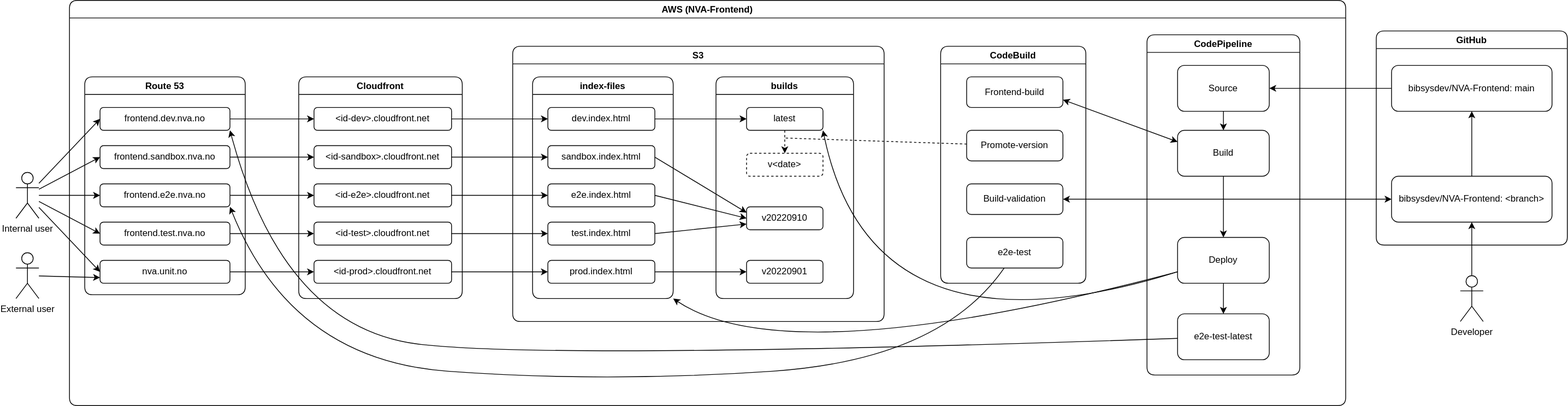
This is documentation/deployment/deployment.drawio.svg from BIBSYSDEV/NVA-Frontend, a draw.io export, as it was before one commit. Source tidied: cells renumbered, new cells last; positions are measured from the earlier drawing's top-left corner, leaving out a move shared by most shapes.
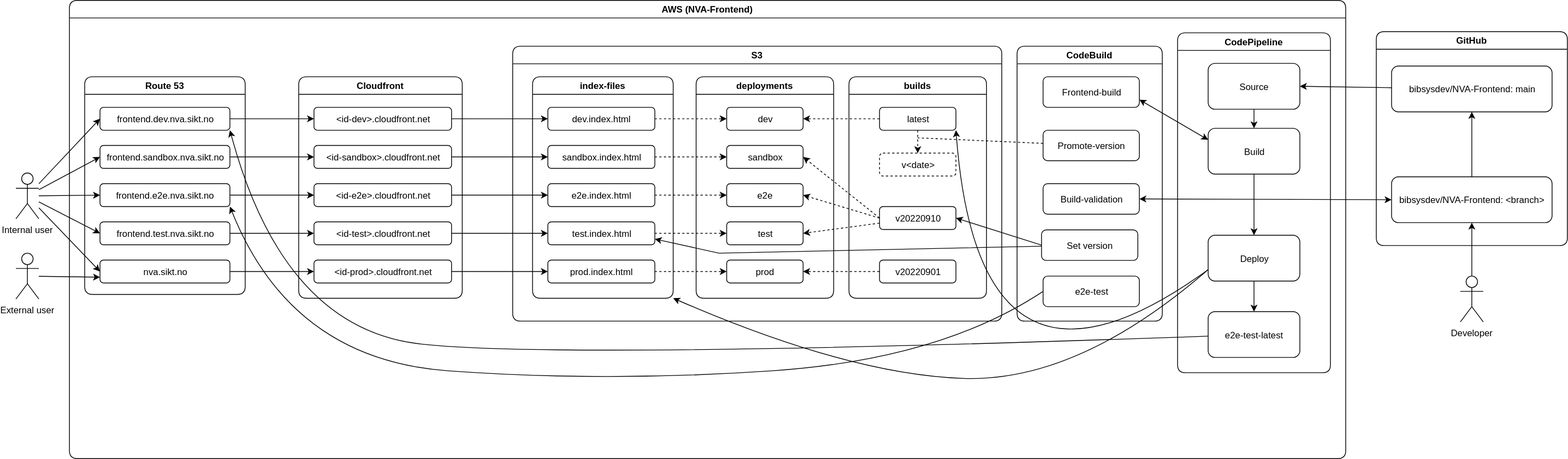
After the commit.

The edit, as a diff of the source:
```diff
@@ -21,24 +21,24 @@
       <mxGeometry y="225" width="30" height="60" as="geometry" />
     </mxCell>
     <mxCell id="8" value="AWS (NVA-Frontend)" style="swimlane;rounded=1;" parent="1" vertex="1">
-      <mxGeometry x="70" width="1670" height="530" as="geometry" />
+      <mxGeometry x="70" y="-1" width="1670" height="600" as="geometry" />
     </mxCell>
     <mxCell id="9" value="Route 53" style="swimlane;rounded=1;" parent="8" vertex="1">
       <mxGeometry x="20" y="100" width="210" height="285" as="geometry" />
     </mxCell>
-    <mxCell id="10" value="frontend.dev.nva.no" style="rounded=1;whiteSpace=wrap;html=1;" parent="9" vertex="1">
+    <mxCell id="10" value="frontend.dev.nva.sikt.no" style="rounded=1;whiteSpace=wrap;html=1;" parent="9" vertex="1">
       <mxGeometry x="20" y="40" width="170" height="30" as="geometry" />
     </mxCell>
-    <mxCell id="11" value="frontend.sandbox.nva.no" style="rounded=1;whiteSpace=wrap;html=1;" parent="9" vertex="1">
+    <mxCell id="11" value="frontend.sandbox.nva.sikt.no" style="rounded=1;whiteSpace=wrap;html=1;" parent="9" vertex="1">
       <mxGeometry x="20" y="90" width="170" height="30" as="geometry" />
     </mxCell>
-    <mxCell id="12" value="nva.unit.no" style="rounded=1;whiteSpace=wrap;html=1;" parent="9" vertex="1">
+    <mxCell id="12" value="nva.sikt.no" style="rounded=1;whiteSpace=wrap;html=1;" parent="9" vertex="1">
       <mxGeometry x="20" y="240" width="170" height="30" as="geometry" />
     </mxCell>
-    <mxCell id="13" value="frontend.test.nva.no" style="rounded=1;whiteSpace=wrap;html=1;" parent="9" vertex="1">
+    <mxCell id="13" value="frontend.test.nva.sikt.no" style="rounded=1;whiteSpace=wrap;html=1;" parent="9" vertex="1">
       <mxGeometry x="20" y="190" width="170" height="30" as="geometry" />
     </mxCell>
-    <mxCell id="14" value="frontend.e2e.nva.no" style="rounded=1;whiteSpace=wrap;html=1;" parent="9" vertex="1">
+    <mxCell id="14" value="frontend.e2e.nva.sikt.no" style="rounded=1;whiteSpace=wrap;html=1;" parent="9" vertex="1">
       <mxGeometry x="20" y="140" width="170" height="30" as="geometry" />
     </mxCell>
     <mxCell id="15" value="Cloudfront" style="swimlane;rounded=1;" parent="8" vertex="1">
@@ -75,7 +75,7 @@
       <mxGeometry relative="1" as="geometry" />
     </mxCell>
     <mxCell id="26" value="S3" style="swimlane;rounded=1;" parent="8" vertex="1">
-      <mxGeometry x="580" y="60" width="486" height="360" as="geometry" />
+      <mxGeometry x="580" y="60" width="640" height="360" as="geometry" />
     </mxCell>
     <mxCell id="27" value="index-files" style="swimlane;rounded=1;" parent="26" vertex="1">
       <mxGeometry x="26" y="40" width="184" height="290" as="geometry" />
@@ -96,7 +96,7 @@
       <mxGeometry x="20" y="90" width="140" height="30" as="geometry" />
     </mxCell>
     <mxCell id="33" value="builds" style="swimlane;rounded=1;" parent="26" vertex="1">
-      <mxGeometry x="266" y="40" width="180" height="290" as="geometry" />
+      <mxGeometry x="440" y="40" width="180" height="290" as="geometry" />
     </mxCell>
     <mxCell id="34" value="v20220910" style="rounded=1;whiteSpace=wrap;html=1;" parent="33" vertex="1">
       <mxGeometry x="40" y="170" width="100" height="30" as="geometry" />
@@ -113,21 +113,54 @@
     <mxCell id="38" value="v&amp;lt;date&amp;gt;" style="rounded=1;whiteSpace=wrap;html=1;dashed=1;" parent="33" vertex="1">
       <mxGeometry x="40" y="100" width="100" height="30" as="geometry" />
     </mxCell>
-    <mxCell id="39" style="edgeStyle=none;html=1;entryX=0;entryY=0.5;entryDx=0;entryDy=0;exitX=1;exitY=0.5;exitDx=0;exitDy=0;rounded=1;curved=1;" parent="26" edge="1" source="28" target="36">
+    <mxCell id="39" style="edgeStyle=none;html=1;exitX=1;exitY=0.5;exitDx=0;exitDy=0;rounded=1;curved=1;entryX=0;entryY=0.5;entryDx=0;entryDy=0;dashed=1;" parent="26" edge="1" source="28" target="79">
       <mxGeometry relative="1" as="geometry" />
     </mxCell>
-    <mxCell id="40" style="edgeStyle=none;html=1;entryX=0;entryY=0.5;entryDx=0;entryDy=0;exitX=1;exitY=0.5;exitDx=0;exitDy=0;rounded=1;curved=1;" parent="26" edge="1" source="29" target="37">
+    <mxCell id="40" style="edgeStyle=none;html=1;exitX=1;exitY=0.5;exitDx=0;exitDy=0;rounded=1;curved=1;entryX=0;entryY=0.5;entryDx=0;entryDy=0;dashed=1;" parent="26" edge="1" source="29" target="81">
       <mxGeometry relative="1" as="geometry" />
     </mxCell>
-    <mxCell id="41" style="edgeStyle=none;html=1;entryX=0;entryY=0.25;entryDx=0;entryDy=0;endArrow=classic;endFill=1;rounded=1;exitX=1;exitY=0.5;exitDx=0;exitDy=0;curved=1;" parent="26" edge="1" source="32" target="34">
+    <mxCell id="41" style="edgeStyle=none;html=1;endArrow=classic;endFill=1;rounded=1;exitX=1;exitY=0.5;exitDx=0;exitDy=0;curved=1;entryX=0;entryY=0.5;entryDx=0;entryDy=0;dashed=1;" parent="26" edge="1" source="32" target="80">
       <mxGeometry relative="1" as="geometry" />
     </mxCell>
-    <mxCell id="42" style="edgeStyle=none;html=1;endArrow=classic;endFill=1;entryX=0;entryY=0.5;entryDx=0;entryDy=0;rounded=1;exitX=1;exitY=0.5;exitDx=0;exitDy=0;curved=1;" parent="26" edge="1" source="31" target="34">
+    <mxCell id="42" style="edgeStyle=none;html=1;endArrow=classic;endFill=1;entryX=0;entryY=0.5;entryDx=0;entryDy=0;rounded=1;exitX=1;exitY=0.5;exitDx=0;exitDy=0;curved=1;dashed=1;" parent="26" edge="1" source="31" target="83">
       <mxGeometry relative="1" as="geometry" />
     </mxCell>
-    <mxCell id="43" style="edgeStyle=none;html=1;entryX=0;entryY=0.75;entryDx=0;entryDy=0;endArrow=classic;endFill=1;rounded=1;exitX=1;exitY=0.5;exitDx=0;exitDy=0;curved=1;" parent="26" edge="1" source="30" target="34">
+    <mxCell id="43" style="edgeStyle=none;html=1;endArrow=classic;endFill=1;rounded=1;exitX=1;exitY=0.5;exitDx=0;exitDy=0;curved=1;entryX=0;entryY=0.5;entryDx=0;entryDy=0;dashed=1;" parent="26" edge="1" source="30" target="82">
       <mxGeometry relative="1" as="geometry" />
     </mxCell>
+    <mxCell id="78" value="deployments" style="swimlane;rounded=1;" parent="26" vertex="1">
+      <mxGeometry x="240" y="40" width="180" height="290" as="geometry" />
+    </mxCell>
+    <mxCell id="79" value="dev" style="rounded=1;whiteSpace=wrap;html=1;" parent="78" vertex="1">
+      <mxGeometry x="40" y="40" width="100" height="30" as="geometry" />
+    </mxCell>
+    <mxCell id="80" value="sandbox" style="rounded=1;whiteSpace=wrap;html=1;" parent="78" vertex="1">
+      <mxGeometry x="40" y="90" width="100" height="30" as="geometry" />
+    </mxCell>
+    <mxCell id="81" value="prod" style="rounded=1;whiteSpace=wrap;html=1;" parent="78" vertex="1">
+      <mxGeometry x="40" y="240" width="100" height="30" as="geometry" />
+    </mxCell>
+    <mxCell id="82" value="test" style="rounded=1;whiteSpace=wrap;html=1;" parent="78" vertex="1">
+      <mxGeometry x="40" y="190" width="100" height="30" as="geometry" />
+    </mxCell>
+    <mxCell id="83" value="e2e" style="rounded=1;whiteSpace=wrap;html=1;" parent="78" vertex="1">
+      <mxGeometry x="40" y="140" width="100" height="30" as="geometry" />
+    </mxCell>
+    <mxCell id="84" style="edgeStyle=orthogonalEdgeStyle;rounded=0;jettySize=auto;html=1;entryX=1;entryY=0.5;entryDx=0;entryDy=0;dashed=1;" parent="26" edge="1" source="36" target="79">
+      <mxGeometry relative="1" as="geometry" />
+    </mxCell>
+    <mxCell id="85" style="rounded=0;jettySize=auto;html=1;entryX=1;entryY=0.5;entryDx=0;entryDy=0;exitX=0;exitY=0.5;exitDx=0;exitDy=0;dashed=1;" parent="26" edge="1" source="34" target="80">
+      <mxGeometry relative="1" as="geometry" />
+    </mxCell>
+    <mxCell id="86" style="edgeStyle=none;rounded=0;jettySize=auto;html=1;entryX=1;entryY=0.5;entryDx=0;entryDy=0;exitX=0;exitY=0.5;exitDx=0;exitDy=0;dashed=1;" parent="26" edge="1" source="34" target="83">
+      <mxGeometry relative="1" as="geometry" />
+    </mxCell>
+    <mxCell id="87" style="edgeStyle=none;rounded=0;jettySize=auto;html=1;entryX=1;entryY=0.5;entryDx=0;entryDy=0;dashed=1;" parent="26" edge="1" source="34" target="82">
+      <mxGeometry relative="1" as="geometry" />
+    </mxCell>
+    <mxCell id="88" style="edgeStyle=none;rounded=0;jettySize=auto;html=1;entryX=1;entryY=0.5;entryDx=0;entryDy=0;dashed=1;" parent="26" edge="1" source="37" target="81">
+      <mxGeometry relative="1" as="geometry" />
+    </mxCell>
     <mxCell id="44" style="edgeStyle=none;html=1;entryX=0;entryY=0.5;entryDx=0;entryDy=0;exitX=1;exitY=0.5;exitDx=0;exitDy=0;rounded=1;curved=1;" parent="8" edge="1" source="16" target="28">
       <mxGeometry relative="1" as="geometry" />
     </mxCell>
@@ -135,7 +168,7 @@
       <mxGeometry relative="1" as="geometry" />
     </mxCell>
     <mxCell id="46" value="CodePipeline" style="swimlane;rounded=1;" parent="8" vertex="1">
-      <mxGeometry x="1410" y="45" width="200" height="445" as="geometry" />
+      <mxGeometry x="1450" y="42.5" width="200" height="445" as="geometry" />
     </mxCell>
     <mxCell id="47" value="Source" style="rounded=1;whiteSpace=wrap;html=1;" parent="46" vertex="1">
       <mxGeometry x="40" y="40" width="120" height="60" as="geometry" />
@@ -161,19 +194,20 @@
     <mxCell id="54" style="edgeStyle=none;html=1;entryX=1;entryY=1;entryDx=0;entryDy=0;exitX=0;exitY=0.75;exitDx=0;exitDy=0;rounded=1;curved=1;" parent="8" edge="1" source="50" target="36">
       <mxGeometry relative="1" as="geometry">
         <Array as="points">
-          <mxPoint x="1050" y="480" />
+          <mxPoint x="1190" y="571" />
         </Array>
       </mxGeometry>
     </mxCell>
     <mxCell id="55" style="edgeStyle=none;html=1;entryX=1;entryY=1;entryDx=0;entryDy=0;exitX=0;exitY=0.75;exitDx=0;exitDy=0;rounded=1;curved=1;" parent="8" edge="1" source="50" target="27">
       <mxGeometry relative="1" as="geometry">
         <Array as="points">
-          <mxPoint x="940" y="490" />
+          <mxPoint x="1320" y="500" />
+          <mxPoint x="1020" y="490" />
         </Array>
       </mxGeometry>
     </mxCell>
     <mxCell id="56" value="CodeBuild" style="swimlane;rounded=1;" parent="8" vertex="1">
-      <mxGeometry x="1140" y="60" width="190" height="310" as="geometry" />
+      <mxGeometry x="1240" y="60" width="190" height="360" as="geometry" />
     </mxCell>
     <mxCell id="57" value="Frontend-build" style="rounded=1;whiteSpace=wrap;html=1;" parent="56" vertex="1">
       <mxGeometry x="34" y="40" width="126" height="40" as="geometry" />
@@ -181,13 +215,16 @@
     <mxCell id="58" value="Promote-version" style="rounded=1;whiteSpace=wrap;html=1;" parent="56" vertex="1">
       <mxGeometry x="34" y="110" width="126" height="40" as="geometry" />
     </mxCell>
-    <mxCell id="59" value="e2e-test" style="rounded=1;whiteSpace=wrap;html=1;" parent="56" vertex="1">
-      <mxGeometry x="34" y="250" width="126" height="40" as="geometry" />
+    <mxCell id="59" value="Set version" style="rounded=1;whiteSpace=wrap;html=1;" parent="56" vertex="1">
+      <mxGeometry x="32" y="240.5" width="126" height="40" as="geometry" />
     </mxCell>
     <mxCell id="60" value="Build-validation" style="rounded=1;whiteSpace=wrap;html=1;" parent="56" vertex="1">
       <mxGeometry x="34" y="180" width="126" height="40" as="geometry" />
     </mxCell>
+    <mxCell id="89" value="e2e-test" style="rounded=1;whiteSpace=wrap;html=1;" parent="56" vertex="1">
+      <mxGeometry x="34" y="301" width="126" height="40" as="geometry" />
+    </mxCell>
-    <mxCell id="61" style="edgeStyle=none;html=1;endArrow=classic;endFill=1;entryX=1;entryY=1;entryDx=0;entryDy=0;rounded=1;curved=1;" parent="8" edge="1" source="59" target="14">
+    <mxCell id="61" style="edgeStyle=none;html=1;endArrow=classic;endFill=1;entryX=1;entryY=1;entryDx=0;entryDy=0;rounded=1;curved=1;exitX=0;exitY=0.5;exitDx=0;exitDy=0;" parent="8" edge="1" source="89" target="14">
       <mxGeometry relative="1" as="geometry">
         <Array as="points">
           <mxPoint x="1140" y="470" />
@@ -207,7 +244,7 @@
     </mxCell>
     <mxCell id="65" style="edgeStyle=none;rounded=1;html=1;endArrow=none;endFill=0;dashed=1;curved=1;" parent="8" edge="1" source="58">
       <mxGeometry relative="1" as="geometry">
-        <mxPoint x="936" y="180" as="targetPoint" />
+        <mxPoint x="1110" y="180" as="targetPoint" />
       </mxGeometry>
     </mxCell>
     <mxCell id="66" style="edgeStyle=none;html=1;entryX=1;entryY=1;entryDx=0;entryDy=0;endArrow=classic;endFill=1;rounded=1;curved=1;" parent="8" edge="1" source="52" target="10">
@@ -221,6 +258,16 @@
     <mxCell id="67" style="endArrow=classic;startArrow=classic;html=1;rounded=0;entryX=1;entryY=0.75;entryDx=0;entryDy=0;exitX=0;exitY=0.25;exitDx=0;exitDy=0;" parent="8" edge="1" source="48" target="57">
       <mxGeometry relative="1" as="geometry" />
     </mxCell>
+    <mxCell id="90" style="edgeStyle=none;rounded=0;jettySize=auto;html=1;entryX=1;entryY=0.5;entryDx=0;entryDy=0;endArrow=classic;endFill=1;exitX=0;exitY=0.5;exitDx=0;exitDy=0;" parent="8" edge="1" source="59" target="34">
+      <mxGeometry relative="1" as="geometry" />
+    </mxCell>
+    <mxCell id="91" style="edgeStyle=none;rounded=0;jettySize=auto;html=1;entryX=1;entryY=0.75;entryDx=0;entryDy=0;endArrow=classic;endFill=1;" parent="8" edge="1" source="59" target="30">
+      <mxGeometry relative="1" as="geometry">
+        <Array as="points">
+          <mxPoint x="850" y="331" />
+        </Array>
+      </mxGeometry>
+    </mxCell>
     <mxCell id="68" value="GitHub" style="swimlane;rounded=1;" parent="1" vertex="1">
       <mxGeometry x="1780" y="40" width="250" height="280" as="geometry" />
     </mxCell>
```
